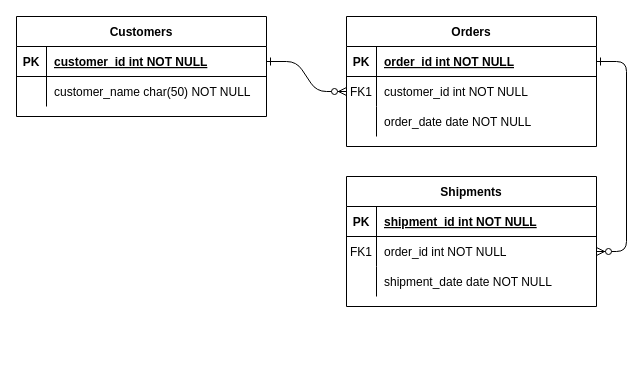
Earlier version of the draw.io diagram Diagrama sin título.drawio (luissince/EncuentraloAhora). Source tidied: cells renumbered, new cells numbered last; positions are measured from the earlier drawing's top-left corner, leaving out a move shared by most shapes. Both pictures are drawn from the tidied source at 100%, with x=0, y=0 at pixel (16, 16).
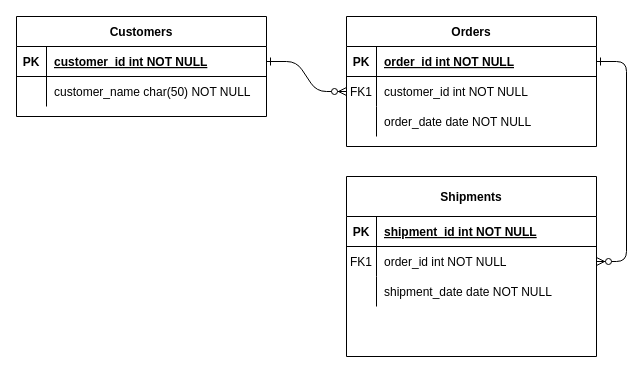
Above is the later version.

Diff of the diagram source:
```diff
@@
-    <mxCell id="14" value="Shipments" style="shape=table;startSize=30;childLayout=tableLayout;rowLines=0;fontStyle=1;align=center;" parent="1" vertex="1">
-      <mxGeometry x="330" y="160" width="250" height="130" as="geometry" />
+    <mxCell id="14" value="Shipments" style="shape=table;startSize=40;childLayout=tableLayout;rowLines=0;fontStyle=1;align=center;" parent="1" vertex="1">
+      <mxGeometry x="330" y="160" width="250" height="180" as="geometry" />
     </mxCell>
     <mxCell id="15" style="shape=partialRectangle;fillColor=none;top=0;left=0;right=0;bottom=1;" parent="14" vertex="1">
-      <mxGeometry y="30" width="250" height="30" as="geometry" />
+      <mxGeometry y="40" width="250" height="30" as="geometry" />
     </mxCell>
@@
     <mxCell id="18" style="shape=partialRectangle;fillColor=none;points=[[0,0.5],[1,0.5]];portConstraint=eastwest;top=0;left=0;right=0;bottom=0;" parent="14" vertex="1">
-      <mxGeometry y="60" width="250" height="30" as="geometry" />
+      <mxGeometry y="70" width="250" height="30" as="geometry" />
     </mxCell>
@@
     <mxCell id="21" style="shape=partialRectangle;fillColor=none;top=0;left=0;right=0;bottom=0;" parent="14" vertex="1">
-      <mxGeometry y="90" width="250" height="30" as="geometry" />
+      <mxGeometry y="100" width="250" height="30" as="geometry" />
     </mxCell>
```
